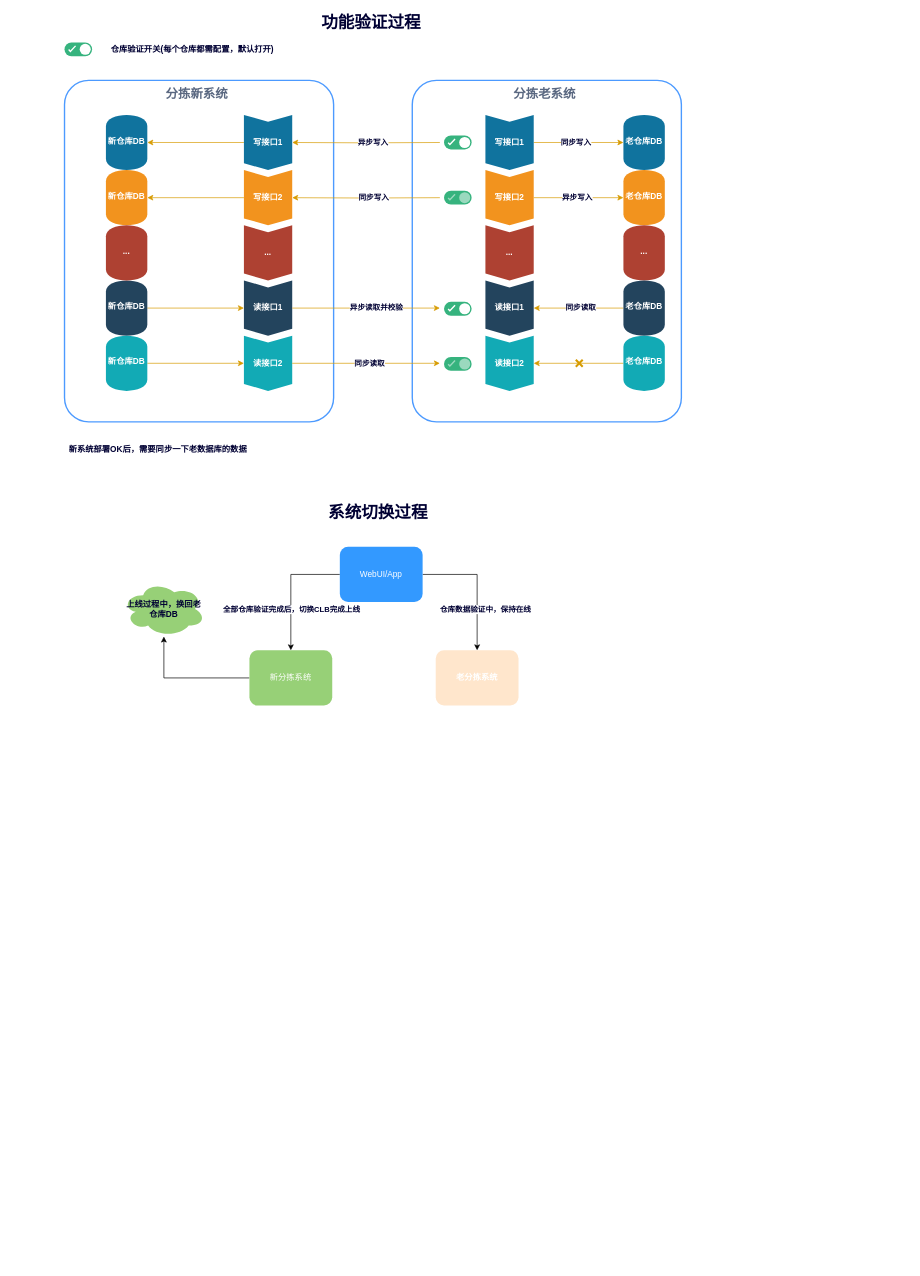
Above: 分拣三期切换.drawio in frakaka/mybatis-3 (draw.io), before the change. Source tidied: cells renumbered, new cells numbered last; positions are measured from the earlier drawing's top-left corner, leaving out a move shared by most shapes. Both pictures are drawn from the tidied source at 69%, with x=0, y=0 at pixel (64, 12).
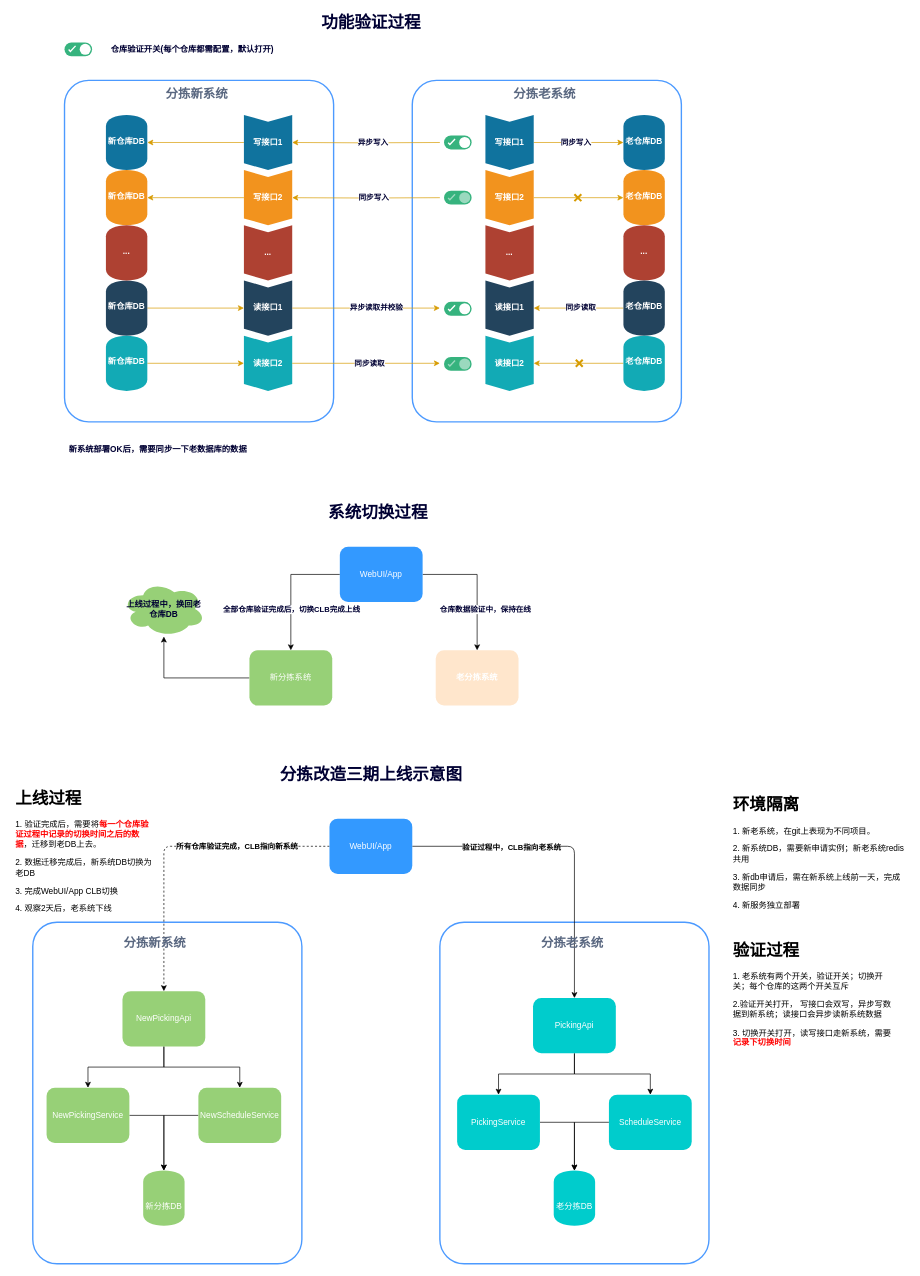
The same diagram, later.

Commit message:
Update 分拣三期切换.drawio

Unchanged cells that the change refers to:
```xml
<mxCell id="7" style="edgeStyle=orthogonalEdgeStyle;rounded=0;jumpStyle=none;jettySize=auto;html=1;fontColor=#FFFFFF;fillColor=#ffe6cc;strokeColor=#d79b00;" parent="1" edge="1" source="9" target="57">
  <mxGeometry relative="1" as="geometry" />
</mxCell>
```

Diff of the diagram source:
```diff
@@
+    <mxCell id="74" style="rounded=1;arcSize=9;align=left;spacingLeft=5;strokeColor=#4C9AFF;html=1;strokeWidth=2;fontSize=12;" parent="1" vertex="1">
+      <mxGeometry x="-46" y="1319" width="390" height="495" as="geometry" />
+    </mxCell>
+    <mxCell id="75" style="rounded=1;arcSize=9;align=left;spacingLeft=5;strokeColor=#4C9AFF;html=1;strokeWidth=2;fontSize=12;" parent="1" vertex="1">
+      <mxGeometry x="544" y="1319" width="390" height="495" as="geometry" />
+    </mxCell>
@@
-    <mxCell id="8" value="&lt;b&gt;&lt;font color=&quot;#000033&quot;&gt;异步写入&lt;/font&gt;&lt;/b&gt;" style="edgeLabel;html=1;align=center;verticalAlign=middle;fontColor=#FFFFFF;" parent="7" vertex="1">
-      <mxGeometry x="-0.15" y="2" relative="1" as="geometry">
-        <mxPoint x="7" y="1" as="offset" />
-      </mxGeometry>
-    </mxCell>
@@
+    <mxCell id="76" style="edgeStyle=orthogonalEdgeStyle;jettySize=auto;html=1;entryX=0.5;entryY=0;entryDx=0;entryDy=0;rounded=1;dashed=1;" parent="1" edge="1" source="80" target="85">
+      <mxGeometry relative="1" as="geometry" />
+    </mxCell>
+    <mxCell id="77" value="所有仓库验证完成，CLB指向新系统" style="edgeLabel;html=1;align=center;verticalAlign=middle;fontStyle=1;" parent="76" vertex="1">
+      <mxGeometry x="-0.4" y="-1" relative="1" as="geometry" />
+    </mxCell>
+    <mxCell id="78" style="edgeStyle=orthogonalEdgeStyle;rounded=1;jettySize=auto;html=1;" parent="1" edge="1" source="80" target="92">
+      <mxGeometry relative="1" as="geometry" />
+    </mxCell>
+    <mxCell id="79" value="验证过程中，CLB指向老系统" style="edgeLabel;html=1;align=center;verticalAlign=middle;fontStyle=1;" parent="78" vertex="1">
+      <mxGeometry x="-0.37" y="-1" relative="1" as="geometry" />
+    </mxCell>
+    <mxCell id="80" value="WebUI/App" style="shape=ext;rounded=1;html=1;whiteSpace=wrap;fontColor=#FFFFFF;strokeColor=none;fillColor=#3399FF;" parent="1" vertex="1">
+      <mxGeometry x="384" y="1169" width="120" height="80" as="geometry" />
+    </mxCell>
+    <mxCell id="81" value="&lt;span style=&quot;font-size: 18px&quot;&gt;分拣新系统&lt;/span&gt;" style="fillColor=none;strokeColor=none;html=1;fontSize=11;fontStyle=0;align=left;fontColor=#596780;fontStyle=1;fontSize=11;" parent="1" vertex="1">
+      <mxGeometry x="84" y="1329" width="100" height="40" as="geometry" />
+    </mxCell>
+    <mxCell id="82" value="&lt;span style=&quot;font-size: 18px&quot;&gt;分拣老系统&lt;/span&gt;" style="fillColor=none;strokeColor=none;html=1;fontSize=11;fontStyle=0;align=left;fontColor=#596780;fontStyle=1;fontSize=11;" parent="1" vertex="1">
+      <mxGeometry x="689" y="1329" width="100" height="40" as="geometry" />
+    </mxCell>
+    <mxCell id="83" style="edgeStyle=orthogonalEdgeStyle;rounded=0;jettySize=auto;html=1;" parent="1" edge="1" source="85" target="87">
+      <mxGeometry relative="1" as="geometry" />
+    </mxCell>
+    <mxCell id="84" style="edgeStyle=orthogonalEdgeStyle;rounded=0;jettySize=auto;html=1;" parent="1" edge="1" source="85" target="89">
+      <mxGeometry relative="1" as="geometry" />
+    </mxCell>
+    <mxCell id="85" value="NewPickingApi" style="shape=ext;rounded=1;html=1;whiteSpace=wrap;fillColor=#97D077;fontColor=#FFFFFF;strokeColor=none;" parent="1" vertex="1">
+      <mxGeometry x="84" y="1419" width="120" height="80" as="geometry" />
+    </mxCell>
+    <mxCell id="86" style="edgeStyle=orthogonalEdgeStyle;rounded=0;jettySize=auto;html=1;" parent="1" edge="1" source="87" target="98">
+      <mxGeometry relative="1" as="geometry" />
+    </mxCell>
+    <mxCell id="87" value="NewPickingService" style="shape=ext;rounded=1;html=1;whiteSpace=wrap;fillColor=#97D077;fontColor=#FFFFFF;strokeColor=none;" parent="1" vertex="1">
+      <mxGeometry x="-26" y="1559" width="120" height="80" as="geometry" />
+    </mxCell>
+    <mxCell id="88" style="edgeStyle=orthogonalEdgeStyle;rounded=0;jettySize=auto;html=1;entryX=0.5;entryY=0;entryDx=0;entryDy=0;" parent="1" edge="1" source="89" target="98">
+      <mxGeometry relative="1" as="geometry" />
+    </mxCell>
+    <mxCell id="89" value="NewScheduleService" style="shape=ext;rounded=1;html=1;whiteSpace=wrap;fillColor=#97D077;fontColor=#FFFFFF;strokeColor=none;" parent="1" vertex="1">
+      <mxGeometry x="194" y="1559" width="120" height="80" as="geometry" />
+    </mxCell>
+    <mxCell id="90" style="edgeStyle=orthogonalEdgeStyle;rounded=0;jettySize=auto;html=1;entryX=0.5;entryY=0;entryDx=0;entryDy=0;" parent="1" edge="1" source="92" target="94">
+      <mxGeometry relative="1" as="geometry" />
+    </mxCell>
+    <mxCell id="91" style="edgeStyle=orthogonalEdgeStyle;rounded=0;jettySize=auto;html=1;entryX=0.5;entryY=0;entryDx=0;entryDy=0;" parent="1" edge="1" source="92" target="96">
+      <mxGeometry relative="1" as="geometry" />
+    </mxCell>
+    <mxCell id="92" value="PickingApi" style="shape=ext;rounded=1;html=1;whiteSpace=wrap;fontColor=#FFFFFF;strokeColor=none;fillColor=#00CCCC;" parent="1" vertex="1">
+      <mxGeometry x="679" y="1429" width="120" height="80" as="geometry" />
+    </mxCell>
+    <mxCell id="93" style="edgeStyle=orthogonalEdgeStyle;rounded=0;jettySize=auto;html=1;" parent="1" edge="1" source="94" target="97">
+      <mxGeometry relative="1" as="geometry" />
+    </mxCell>
+    <mxCell id="94" value="PickingService" style="shape=ext;rounded=1;html=1;whiteSpace=wrap;fontColor=#FFFFFF;strokeColor=none;fillColor=#00CCCC;" parent="1" vertex="1">
+      <mxGeometry x="569" y="1569" width="120" height="80" as="geometry" />
+    </mxCell>
+    <mxCell id="95" style="edgeStyle=orthogonalEdgeStyle;rounded=0;jettySize=auto;html=1;entryX=0.5;entryY=0;entryDx=0;entryDy=0;" parent="1" edge="1" source="96" target="97">
+      <mxGeometry relative="1" as="geometry" />
+    </mxCell>
+    <mxCell id="96" value="ScheduleService" style="shape=ext;rounded=1;html=1;whiteSpace=wrap;fontColor=#FFFFFF;strokeColor=none;fillColor=#00CCCC;" parent="1" vertex="1">
+      <mxGeometry x="789" y="1569" width="120" height="80" as="geometry" />
+    </mxCell>
+    <mxCell id="97" value="老分拣DB" style="shape=cylinder;whiteSpace=wrap;html=1;boundedLbl=1;backgroundOutline=1;rounded=1;fontColor=#FFFFFF;strokeColor=none;fillColor=#00CCCC;" parent="1" vertex="1">
+      <mxGeometry x="709" y="1679" width="60" height="80" as="geometry" />
+    </mxCell>
+    <mxCell id="98" value="新分拣DB" style="shape=cylinder;whiteSpace=wrap;html=1;boundedLbl=1;backgroundOutline=1;rounded=1;fontColor=#FFFFFF;strokeColor=none;fillColor=#97D077;" parent="1" vertex="1">
+      <mxGeometry x="114" y="1679" width="60" height="80" as="geometry" />
+    </mxCell>
+    <mxCell id="99" value="分拣改造三期上线示意图" style="text;html=1;align=center;verticalAlign=middle;fontColor=#000033;fontStyle=1;fontSize=24;" parent="1" vertex="1">
+      <mxGeometry x="304" y="1090" width="280" height="30" as="geometry" />
+    </mxCell>
+    <mxCell id="100" value="&lt;h1&gt;验证过程&lt;/h1&gt;&lt;p&gt;1. 老系统有两个开关，验证开关；切换开关；每个仓库的这两个开关互斥&lt;/p&gt;&lt;p&gt;2.验证开关打开， 写接口会双写，异步写数据到新系统；读接口会异步读新系统数据&lt;/p&gt;&lt;p&gt;3. 切换开关打开，读写接口走新系统，需要&lt;b&gt;&lt;font color=&quot;#ff0000&quot;&gt;记录下切换时间&lt;/font&gt;&lt;/b&gt;&lt;/p&gt;&lt;p&gt;&lt;br&gt;&lt;/p&gt;&lt;p&gt;&lt;br&gt;&lt;/p&gt;" style="text;html=1;strokeColor=none;fillColor=none;spacing=5;spacingTop=-20;whiteSpace=wrap;overflow=hidden;rounded=0;" parent="1" vertex="1">
+      <mxGeometry x="964" y="1340" width="240" height="170" as="geometry" />
+    </mxCell>
+    <mxCell id="101" value="&lt;h1&gt;上线过程&lt;/h1&gt;&lt;p&gt;1. 验证完成后，需要将&lt;b&gt;&lt;font color=&quot;#ff0000&quot;&gt;每一个仓库验证过程中记录的切换时间之后的数据&lt;/font&gt;&lt;/b&gt;，迁移到老DB上去。&lt;/p&gt;&lt;p&gt;2. 数据迁移完成后，新系统DB切换为老DB&lt;/p&gt;&lt;p&gt;3. 完成WebUI/App CLB切换&lt;/p&gt;&lt;p&gt;4. 观察2天后，老系统下线&lt;/p&gt;" style="text;html=1;strokeColor=none;fillColor=none;spacing=5;spacingTop=-20;whiteSpace=wrap;overflow=hidden;rounded=0;" parent="1" vertex="1">
+      <mxGeometry x="-76" y="1120" width="210" height="200" as="geometry" />
+    </mxCell>
+    <mxCell id="102" style="shape=umlDestroy;whiteSpace=wrap;html=1;strokeWidth=3;fillColor=#ffe6cc;strokeColor=#d79b00;" parent="1" vertex="1">
+      <mxGeometry x="739" y="264" width="10" height="10" as="geometry" />
+    </mxCell>
+    <mxCell id="103" value="&lt;h1&gt;环境隔离&lt;/h1&gt;&lt;p&gt;1. 新老系统，在git上表现为不同项目。&lt;/p&gt;&lt;p&gt;2. 新系统DB，需要新申请实例；新老系统redis共用&lt;/p&gt;&lt;p&gt;3. 新db申请后，需在新系统上线前一天，完成数据同步&lt;/p&gt;&lt;p&gt;4. 新服务独立部署&lt;/p&gt;" style="text;html=1;strokeColor=none;fillColor=none;spacing=5;spacingTop=-20;whiteSpace=wrap;overflow=hidden;rounded=0;" parent="1" vertex="1">
+      <mxGeometry x="964" y="1129" width="260" height="181" as="geometry" />
+    </mxCell>
```
